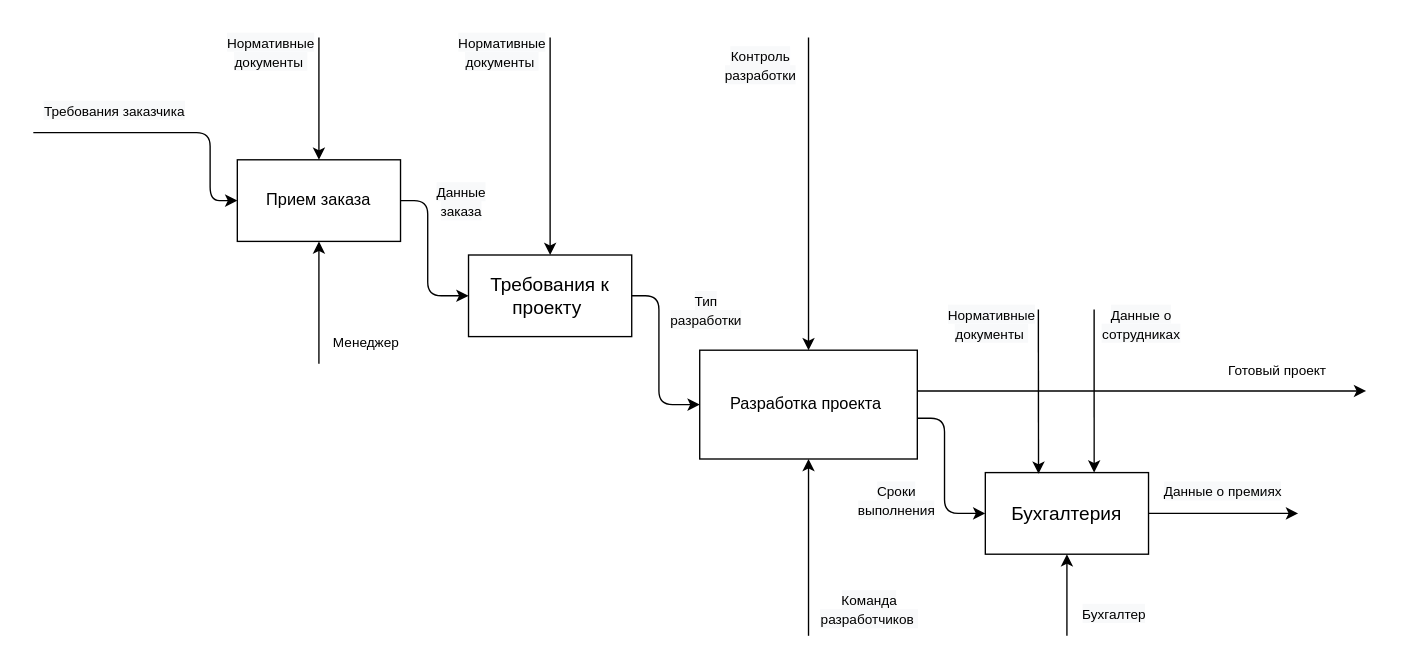
Before: page "2" (2 of 3) of Untitled Diagram.drawio in Youuuuuuuuuuu/xccd, a draw.io diagram. Source tidied: cells renumbered, new cells numbered last; positions are measured from the earlier drawing's top-left corner, leaving out a move shared by most shapes. Both pictures are drawn from the tidied source at 136%, with x=0, y=0 at pixel (33, 23).
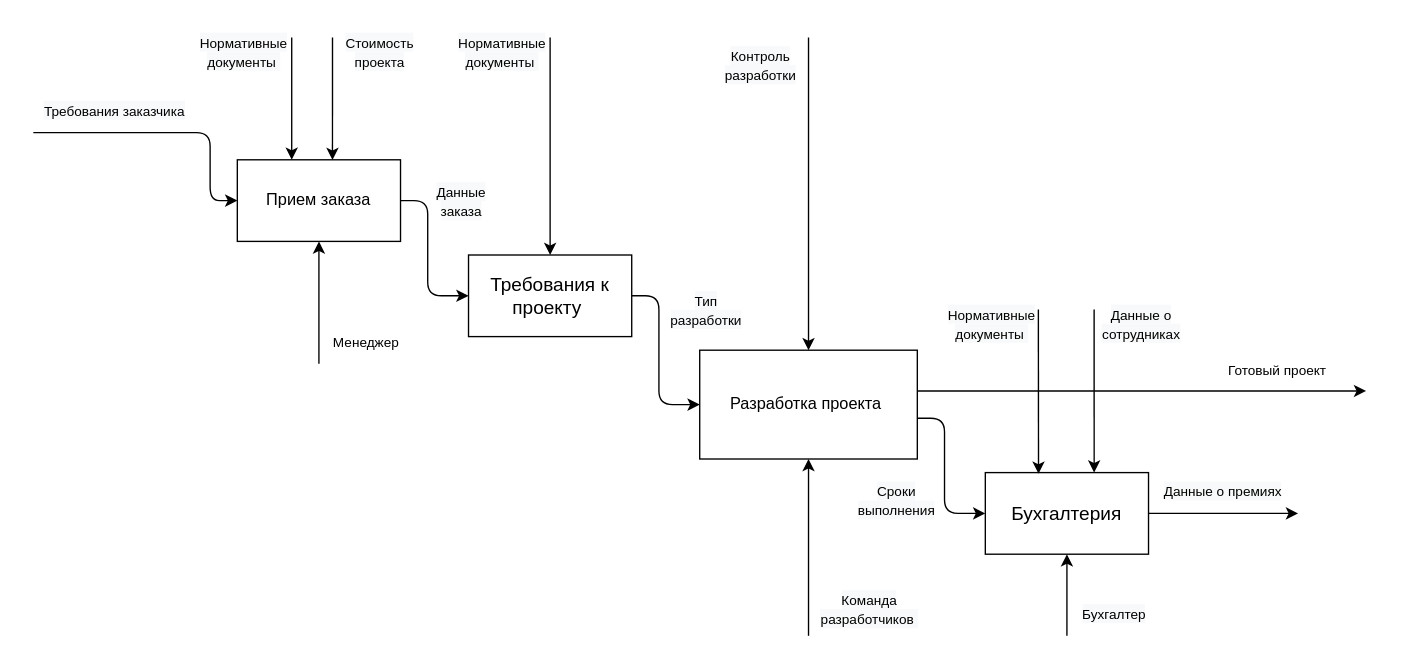
The same page after the edit.

Unchanged cells that the change refers to:
```xml
<mxCell id="2" value="Прием заказа" style="rounded=0;whiteSpace=wrap;html=1;" parent="1" vertex="1">
  <mxGeometry x="150" y="100" width="120" height="60" as="geometry" />
</mxCell>
```

Diff of the diagram source:
```diff
@@
-    <mxCell id="4" style="endArrow=classic;html=1;entryX=0.5;entryY=0;entryDx=0;entryDy=0;" parent="1" edge="1" target="2">
+    <mxCell id="4" style="endArrow=classic;html=1;entryX=0.5;entryY=0;entryDx=0;entryDy=0;" parent="1" edge="1">
       <mxGeometry relative="1" as="geometry">
-        <mxPoint x="210" y="10" as="sourcePoint" />
+        <mxPoint x="190" y="10" as="sourcePoint" />
+        <mxPoint x="190" y="100" as="targetPoint" />
       </mxGeometry>
     </mxCell>
     <mxCell id="5" value="&lt;span style=&quot;color: rgb(0 , 0 , 0) ; font-family: &amp;#34;helvetica&amp;#34; ; font-style: normal ; font-weight: 400 ; letter-spacing: normal ; text-indent: 0px ; text-transform: none ; word-spacing: 0px ; background-color: rgb(248 , 249 , 250) ; display: inline ; float: none&quot;&gt;&lt;font style=&quot;font-size: 10px&quot;&gt;Нормативные документы&amp;nbsp;&lt;/font&gt;&lt;/span&gt;" style="text;whiteSpace=wrap;html=1;align=center;" parent="1" vertex="1">
-      <mxGeometry x="150" width="50" height="20" as="geometry" />
+      <mxGeometry x="130" width="50" height="20" as="geometry" />
     </mxCell>
@@
+    <mxCell id="34" style="endArrow=classic;html=1;entryX=0.583;entryY=0.002;entryDx=0;entryDy=0;entryPerimeter=0;" parent="1" edge="1" target="2">
+      <mxGeometry relative="1" as="geometry">
+        <mxPoint x="220" y="10" as="sourcePoint" />
+      </mxGeometry>
+    </mxCell>
+    <mxCell id="35" value="&lt;span style=&quot;color: rgb(0 , 0 , 0) ; font-family: &amp;#34;helvetica&amp;#34; ; font-style: normal ; font-weight: 400 ; letter-spacing: normal ; text-indent: 0px ; text-transform: none ; word-spacing: 0px ; background-color: rgb(248 , 249 , 250) ; display: inline ; float: none&quot;&gt;&lt;font style=&quot;font-size: 10px&quot;&gt;Стоимость проекта&lt;/font&gt;&lt;/span&gt;" style="text;whiteSpace=wrap;html=1;align=center;" parent="1" vertex="1">
+      <mxGeometry x="230" width="50" height="20" as="geometry" />
+    </mxCell>
```
